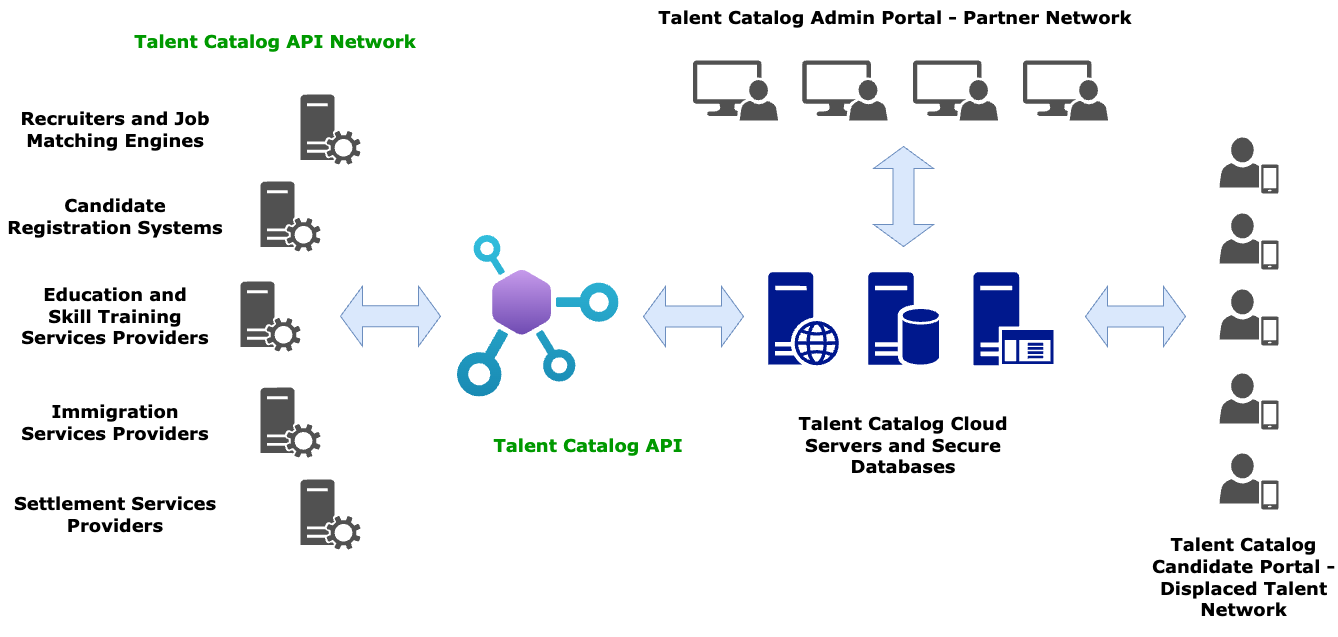
Before: docs/assets/images/v230/TCAPIDiagram.png, a diagram exported from draw.io (Talent-Catalog/talentcatalog). Source tidied: cells renumbered, new cells last; positions are measured from the earlier drawing's top-left corner, leaving out a move shared by most shapes.
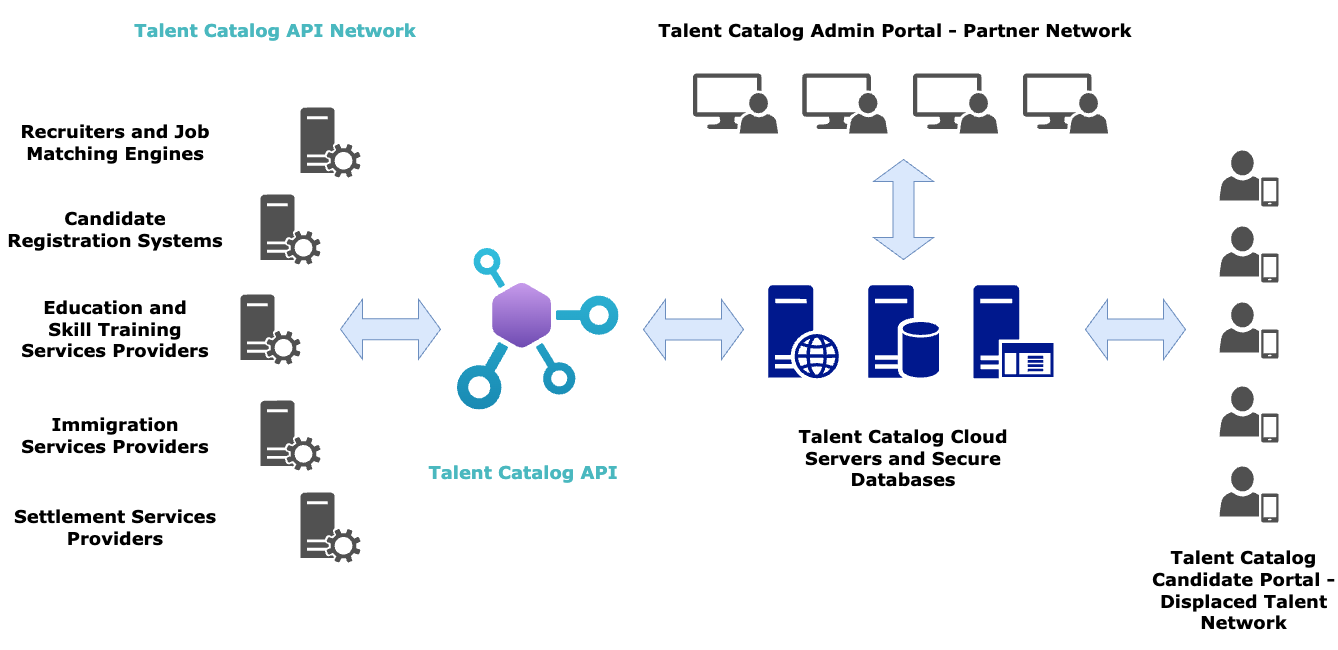
The same diagram one commit later.

Commit message:
improved api diagram

What changed in the source:
```diff
@@ -65,11 +65,11 @@
     <mxCell id="22" value="&lt;font style=&quot;font-size: 18px;&quot; face=&quot;Verdana&quot;&gt;&lt;b&gt;Talent Catalog Candidate Portal - Displaced Talent Network&lt;/b&gt;&lt;/font&gt;" style="text;strokeColor=none;align=center;fillColor=none;html=1;verticalAlign=middle;whiteSpace=wrap;rounded=0;" parent="1" vertex="1">
       <mxGeometry x="1149" y="517" width="188.5" height="120" as="geometry" />
     </mxCell>
-    <mxCell id="23" value="&lt;font style=&quot;font-size: 18px; color: rgb(0, 153, 0);&quot; face=&quot;Verdana&quot;&gt;&lt;b&gt;Talent Catalog API&lt;/b&gt;&lt;/font&gt;" style="text;strokeColor=none;align=center;fillColor=none;html=1;verticalAlign=middle;whiteSpace=wrap;rounded=0;" parent="1" vertex="1">
-      <mxGeometry x="443" y="415" width="290" height="60" as="geometry" />
+    <mxCell id="23" value="&lt;font style=&quot;font-size: 18px; color: light-dark(rgb(74, 184, 191), rgb(50, 181, 50));&quot; face=&quot;Verdana&quot;&gt;&lt;b style=&quot;&quot;&gt;Talent Catalog API&lt;/b&gt;&lt;/font&gt;" style="text;strokeColor=none;align=center;fillColor=none;html=1;verticalAlign=middle;whiteSpace=wrap;rounded=0;" parent="1" vertex="1">
+      <mxGeometry x="378" y="429" width="290" height="60" as="geometry" />
     </mxCell>
-    <mxCell id="24" value="&lt;font style=&quot;font-size: 18px; color: rgb(0, 153, 0);&quot; face=&quot;Verdana&quot;&gt;&lt;b&gt;Talent Catalog API Network&lt;/b&gt;&lt;/font&gt;" style="text;strokeColor=none;align=center;fillColor=none;html=1;verticalAlign=middle;whiteSpace=wrap;rounded=0;" parent="1" vertex="1">
-      <mxGeometry x="130" y="11" width="290" height="60" as="geometry" />
+    <mxCell id="24" value="&lt;font style=&quot;font-size: 18px; color: light-dark(rgb(74, 184, 191), rgb(50, 181, 50));&quot; face=&quot;Verdana&quot;&gt;&lt;b style=&quot;&quot;&gt;Talent Catalog API Network&lt;/b&gt;&lt;/font&gt;" style="text;strokeColor=none;align=center;fillColor=none;html=1;verticalAlign=middle;whiteSpace=wrap;rounded=0;" parent="1" vertex="1">
+      <mxGeometry x="130" y="-13" width="290" height="60" as="geometry" />
     </mxCell>
     <mxCell id="25" value="&lt;font style=&quot;font-size: 18px;&quot; face=&quot;Verdana&quot;&gt;&lt;b style=&quot;&quot;&gt;Recruiters and Job Matching Engines&lt;/b&gt;&lt;/font&gt;" style="text;strokeColor=none;align=center;fillColor=none;html=1;verticalAlign=middle;whiteSpace=wrap;rounded=0;" parent="1" vertex="1">
       <mxGeometry x="10" y="106.5" width="210" height="45" as="geometry" />
```
